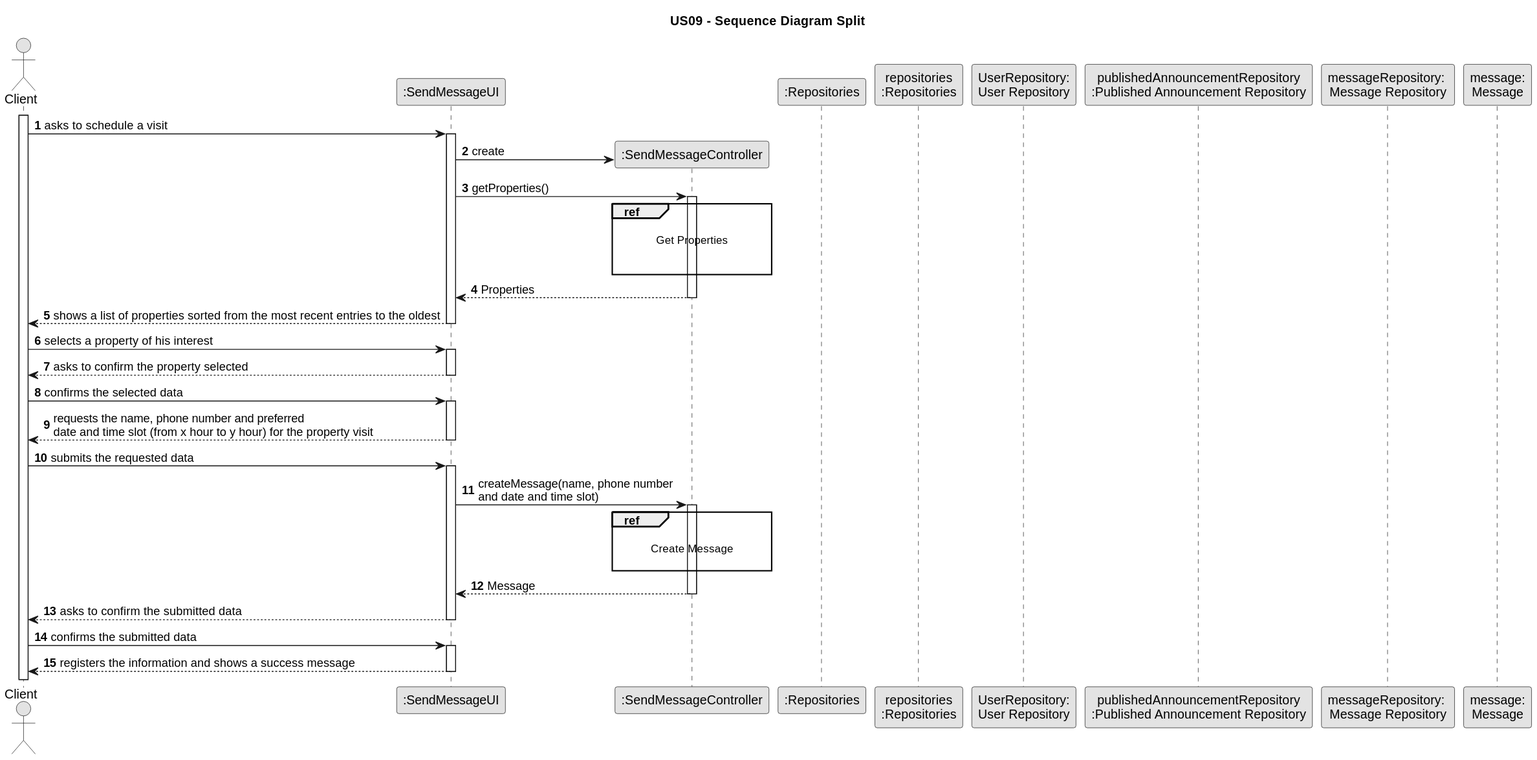
Before: docs/sprintC/US09/03.design/svg/us09-sequence-diagram-split.svg, a diagram exported from PlantUML (PureNimble/ISEP-LAPR2).
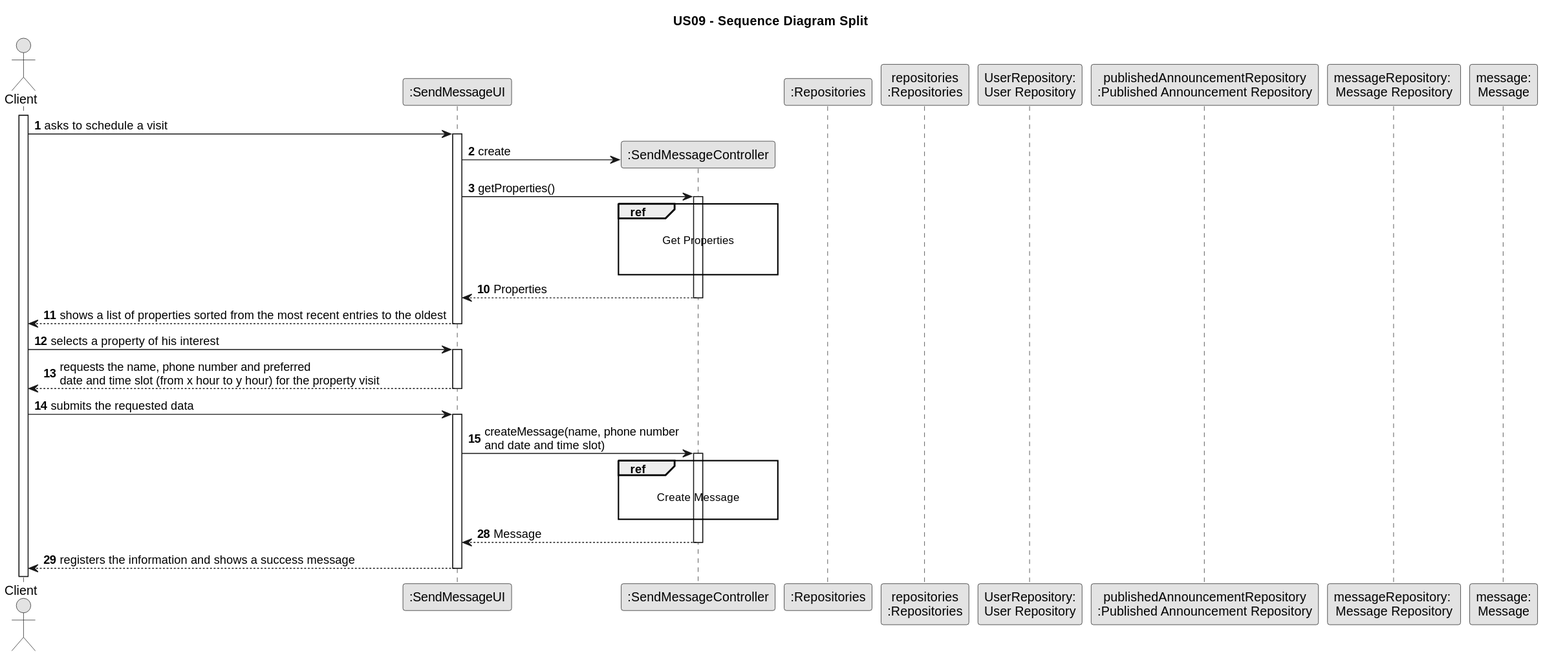
After the change.

Commit message:
US09 - class diagram + svg update sequence diagram full + svg update sequence diagram split + svg update sequence diagram partials + svg update

Change to the diagram source:
```diff
@@ -40,6 +40,8 @@
 
             end
 
+autonumber 10
+
         CTRL --> UI : Properties
 
             deactivate CTRL
@@ -50,13 +52,6 @@
     Client -> UI: selects a property of his interest
         activate UI
 
-
-
-    UI --> Client: asks to confirm the property selected
-        deactivate UI
-
-    Client -> UI: confirms the selected data
-        activate UI
 
     UI --> Client: requests the name, phone number and preferred \ndate and time slot (from x hour to y hour) for the property visit
         deactivate UI
@@ -74,14 +69,12 @@
 
             end
 
+autonumber 28
+
            CTRL --> UI : Message
            deactivate CTRL
 
-    UI --> Client: asks to confirm the submitted data
-        deactivate UI
 
-    Client -> UI: confirms the submitted data
-        activate UI
 
     UI --> Client: registers the information and shows a success message
         deactivate UI
```
